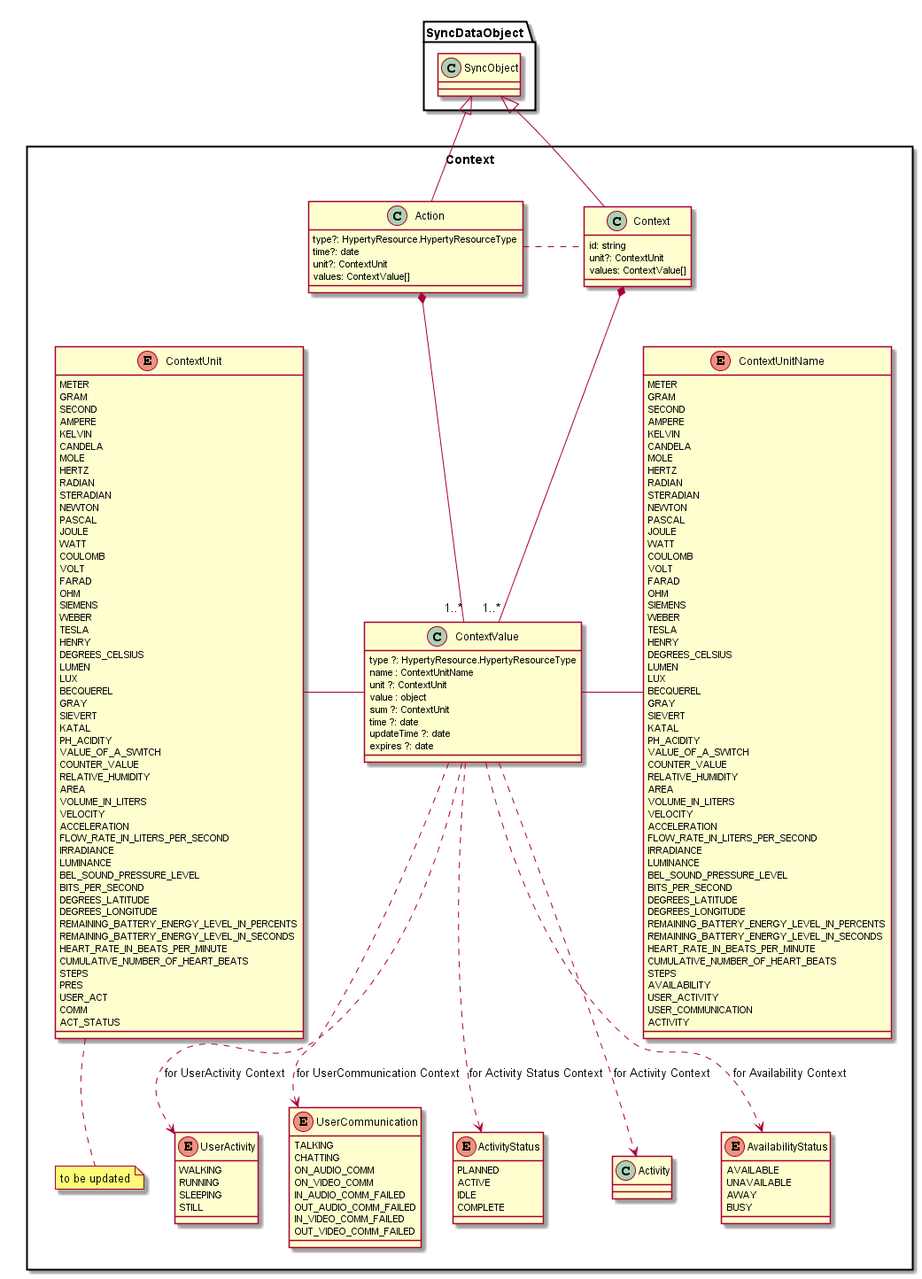
Before: datamodel/data-objects/context/Context.png, a diagram exported from PlantUML (reTHINK-project/specs).
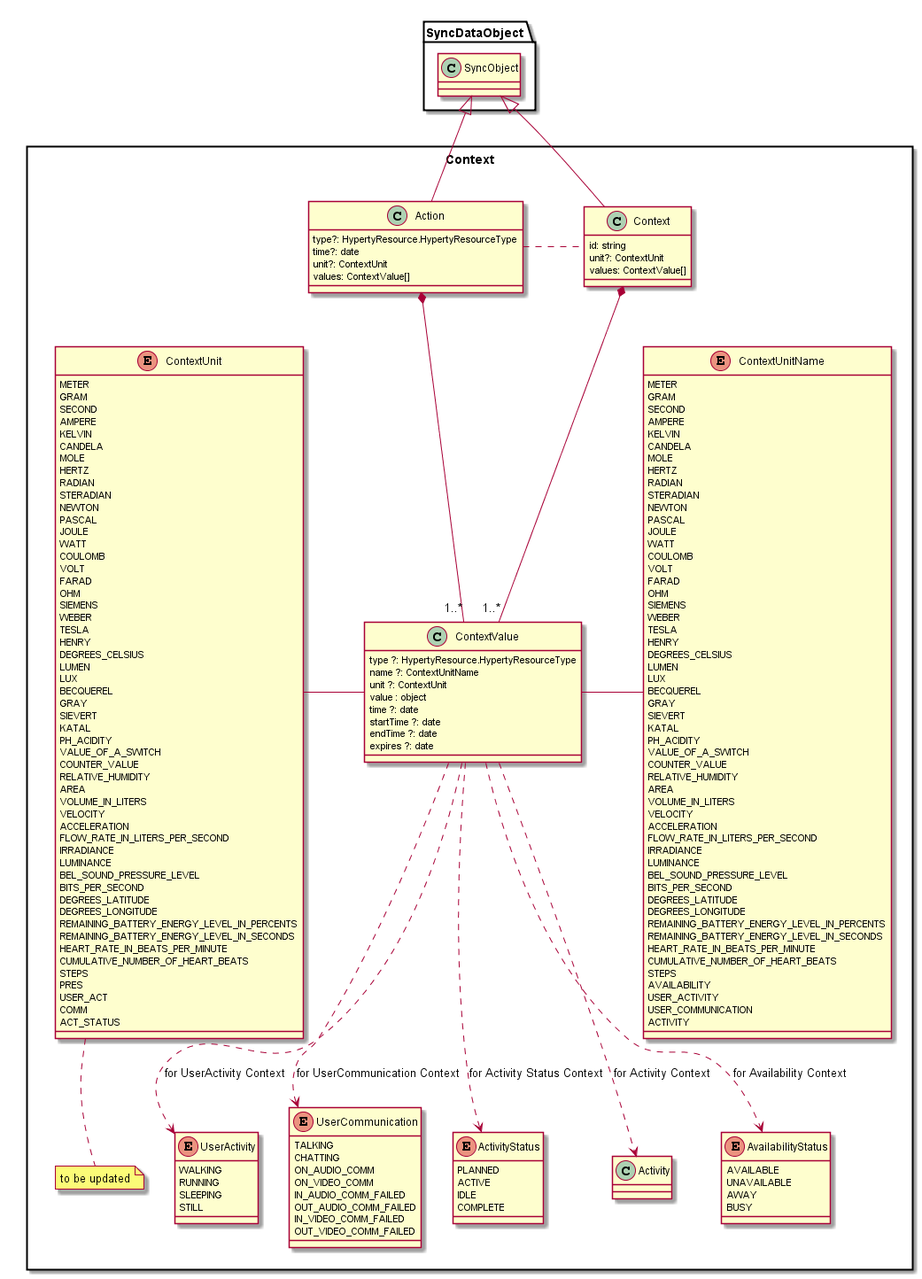
After the commit.

Commit message:
Context Data Model updated to support measurements in periods of time

Change to the diagram source:
```diff
@@ -124,12 +124,12 @@
 
 	class ContextValue {
 		type ?: HypertyResource.HypertyResourceType
-		name : ContextUnitName
+		name ?: ContextUnitName
 		unit ?: ContextUnit
 		value : object
-		sum ?: ContextUnit
 		time ?: date
-		updateTime ?: date
+		startTime ?: date
+		endTime ?: date
 		expires ?: date
 	}
 
```
